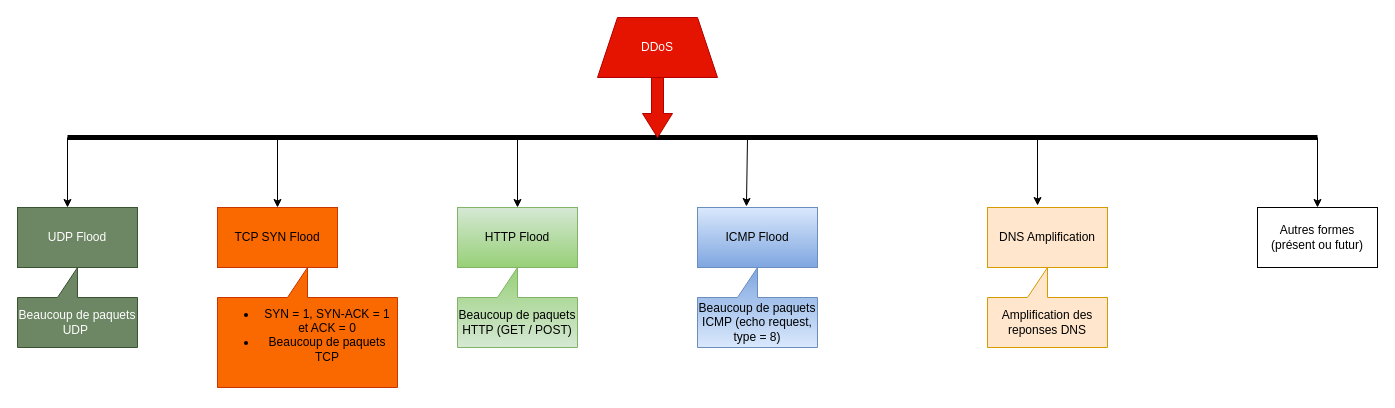
This is Images/DDoS_Architecture.drawio from Bamolitho/ml-ddos-detection-with-kubernetes, a draw.io file, before an edit. Source tidied: cells renumbered, new cells numbered last; positions are measured from the earlier drawing's top-left corner, leaving out a move shared by most shapes. Both pictures are drawn from the tidied source at 100%, with x=0, y=0 at pixel (17, 17).
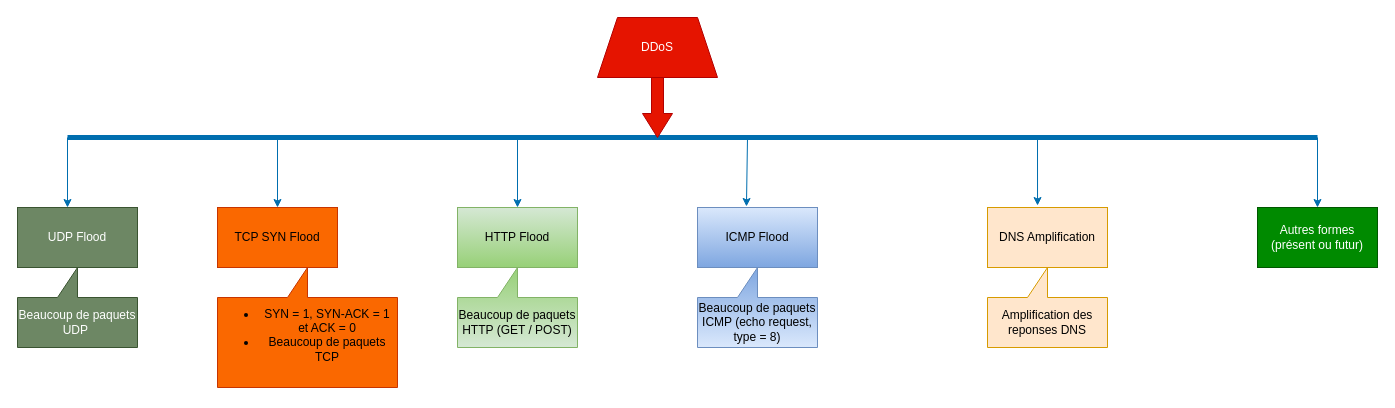
The same page after the edit.

The change refers to these unchanged cells:
```xml
<mxCell id="13" value="ICMP Flood" style="rounded=0;whiteSpace=wrap;html=1;fillColor=#dae8fc;gradientColor=#7ea6e0;strokeColor=#6c8ebf;" parent="1" vertex="1">
  <mxGeometry x="680" y="190" width="120" height="60" as="geometry" />
</mxCell>
<mxCell id="15" value="DNS Amplification" style="rounded=0;whiteSpace=wrap;html=1;fillColor=#ffe6cc;strokeColor=#d79b00;" parent="1" vertex="1">
  <mxGeometry x="970" y="190" width="120" height="60" as="geometry" />
</mxCell>
```

The edit, as a diff of the source:
```diff
@@
-    <mxCell id="3" style="endArrow=none;html=1;rounded=0;endSize=11;startSize=11;jumpSize=10;strokeWidth=5;strokeColor=light-dark(#000000,#FF9281);" parent="1" edge="1">
+    <mxCell id="3" style="endArrow=none;html=1;rounded=0;endSize=11;startSize=11;jumpSize=10;strokeWidth=5;strokeColor=#006EAF;fillColor=#1ba1e2;" parent="1" edge="1">
       <mxGeometry relative="1" as="geometry">
         <mxPoint x="50" y="120" as="sourcePoint" />
         <mxPoint x="1300" y="120" as="targetPoint" />
       </mxGeometry>
     </mxCell>
@@
-    <mxCell id="7" style="endArrow=classic;html=1;rounded=0;" parent="1" edge="1">
+    <mxCell id="7" style="endArrow=classic;html=1;rounded=0;strokeColor=#006EAF;fillColor=#1ba1e2;" parent="1" edge="1">
       <mxGeometry relative="1" as="geometry">
         <mxPoint x="50" y="120" as="sourcePoint" />
         <mxPoint x="50" y="190" as="targetPoint" />
       </mxGeometry>
     </mxCell>
-    <mxCell id="8" style="endArrow=classic;html=1;rounded=0;" parent="1" edge="1">
+    <mxCell id="8" style="endArrow=classic;html=1;rounded=0;fillColor=#1ba1e2;strokeColor=#006EAF;" parent="1" edge="1">
       <mxGeometry relative="1" as="geometry">
         <mxPoint x="260" y="120" as="sourcePoint" />
         <mxPoint x="260" y="190" as="targetPoint" />
       </mxGeometry>
     </mxCell>
@@
-    <mxCell id="11" style="endArrow=classic;html=1;rounded=0;" parent="1" edge="1">
+    <mxCell id="11" style="endArrow=classic;html=1;rounded=0;fillColor=#1ba1e2;strokeColor=#006EAF;" parent="1" edge="1">
       <mxGeometry relative="1" as="geometry">
         <mxPoint x="500" y="120" as="sourcePoint" />
         <mxPoint x="500" y="190" as="targetPoint" />
       </mxGeometry>
     </mxCell>
@@
-    <mxCell id="14" style="endArrow=classic;html=1;rounded=0;entryX=0.408;entryY=-0.017;entryDx=0;entryDy=0;entryPerimeter=0;" parent="1" edge="1" target="13">
+    <mxCell id="14" style="endArrow=classic;html=1;rounded=0;entryX=0.408;entryY=-0.017;entryDx=0;entryDy=0;entryPerimeter=0;fillColor=#1ba1e2;strokeColor=#006EAF;" parent="1" edge="1" target="13">
       <mxGeometry relative="1" as="geometry">
         <mxPoint x="730" y="120" as="sourcePoint" />
       </mxGeometry>
     </mxCell>
@@
-    <mxCell id="16" style="endArrow=classic;html=1;rounded=0;entryX=0.417;entryY=-0.033;entryDx=0;entryDy=0;entryPerimeter=0;" parent="1" edge="1" target="15">
+    <mxCell id="16" style="endArrow=classic;html=1;rounded=0;entryX=0.417;entryY=-0.033;entryDx=0;entryDy=0;entryPerimeter=0;fillColor=#1ba1e2;strokeColor=#006EAF;" parent="1" edge="1" target="15">
       <mxGeometry relative="1" as="geometry">
         <mxPoint x="1020" y="120" as="sourcePoint" />
       </mxGeometry>
     </mxCell>
@@
-    <mxCell id="20" value="Autres formes (présent ou futur)" style="rounded=0;whiteSpace=wrap;html=1;" parent="1" vertex="1">
+    <mxCell id="20" value="Autres formes (présent ou futur)" style="rounded=0;whiteSpace=wrap;html=1;fillColor=#008a00;fontColor=#ffffff;strokeColor=#005700;" parent="1" vertex="1">
       <mxGeometry x="1240" y="190" width="120" height="60" as="geometry" />
     </mxCell>
-    <mxCell id="21" style="endArrow=classic;html=1;rounded=0;entryX=0.5;entryY=0;entryDx=0;entryDy=0;" parent="1" edge="1" target="20">
+    <mxCell id="21" style="endArrow=classic;html=1;rounded=0;entryX=0.5;entryY=0;entryDx=0;entryDy=0;fillColor=#1ba1e2;strokeColor=#006EAF;" parent="1" edge="1" target="20">
       <mxGeometry relative="1" as="geometry">
         <mxPoint x="1300" y="120" as="sourcePoint" />
       </mxGeometry>
     </mxCell>
```
